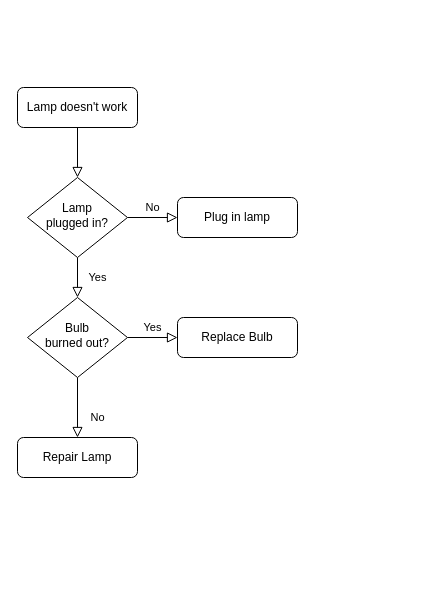
Before: Temperatures.drawio in Hotdog-111/CompSci, a draw.io diagram. Source tidied: cells renumbered, new cells numbered last; positions are measured from the earlier drawing's top-left corner, leaving out a move shared by most shapes. Both pictures are drawn from the tidied source at 100%, with x=0, y=0 at pixel (17, 87).
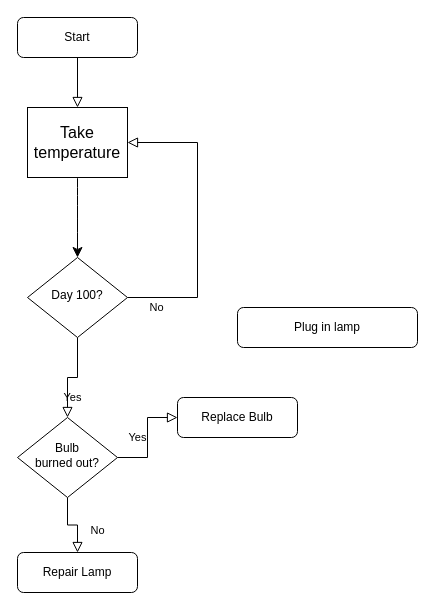
The same page after the edit.

Diff of the diagram source:
```diff
@@
 <mxGraphModel>
   <root>
     <mxCell id="0" />
     <mxCell id="1" parent="0" />
-    <mxCell id="2" style="rounded=0;html=1;jettySize=auto;fontSize=11;endArrow=block;endFill=0;endSize=8;strokeWidth=1;shadow=0;labelBackgroundColor=none;edgeStyle=orthogonalEdgeStyle;" parent="1" edge="1" source="3" target="6">
+    <mxCell id="2" style="rounded=0;html=1;jettySize=auto;fontSize=11;endArrow=block;endFill=0;endSize=8;strokeWidth=1;shadow=0;labelBackgroundColor=none;edgeStyle=orthogonalEdgeStyle;entryX=0.5;entryY=0;entryDx=0;entryDy=0;" parent="1" edge="1" source="3" target="13">
       <mxGeometry relative="1" as="geometry" />
     </mxCell>
-    <mxCell id="3" value="Lamp doesn't work" style="rounded=1;whiteSpace=wrap;html=1;fontSize=12;glass=0;strokeWidth=1;shadow=0;" parent="1" vertex="1">
-      <mxGeometry width="120" height="40" as="geometry" />
+    <mxCell id="3" value="Start" style="rounded=1;whiteSpace=wrap;html=1;fontSize=12;glass=0;strokeWidth=1;shadow=0;" parent="1" vertex="1">
+      <mxGeometry y="-70" width="120" height="40" as="geometry" />
     </mxCell>
     <mxCell id="4" value="Yes" style="rounded=0;html=1;jettySize=auto;fontSize=11;endArrow=block;endFill=0;endSize=8;strokeWidth=1;shadow=0;labelBackgroundColor=none;edgeStyle=orthogonalEdgeStyle;" parent="1" edge="1" source="6" target="10">
       <mxGeometry y="20" relative="1" as="geometry" />
     </mxCell>
-    <mxCell id="5" value="No" style="edgeStyle=orthogonalEdgeStyle;rounded=0;html=1;jettySize=auto;fontSize=11;endArrow=block;endFill=0;endSize=8;strokeWidth=1;shadow=0;labelBackgroundColor=none;" parent="1" edge="1" source="6" target="7">
-      <mxGeometry y="10" relative="1" as="geometry" />
+    <mxCell id="5" value="No" style="edgeStyle=orthogonalEdgeStyle;rounded=0;html=1;jettySize=auto;fontSize=11;endArrow=block;endFill=0;endSize=8;strokeWidth=1;shadow=0;labelBackgroundColor=none;entryX=1;entryY=0.5;entryDx=0;entryDy=0;" parent="1" edge="1" source="6" target="13">
+      <mxGeometry x="-0.8" y="-10" relative="1" as="geometry">
+        <Array as="points">
+          <mxPoint x="180" y="210" />
+          <mxPoint x="180" y="55" />
+        </Array>
+      </mxGeometry>
     </mxCell>
-    <mxCell id="6" value="Lamp&lt;br&gt;plugged in?" style="rhombus;whiteSpace=wrap;html=1;shadow=0;fontFamily=Helvetica;fontSize=12;align=center;strokeWidth=1;spacing=6;spacingTop=-4;" parent="1" vertex="1">
-      <mxGeometry x="10" y="90" width="100" height="80" as="geometry" />
+    <mxCell id="6" value="Day 100?" style="rhombus;whiteSpace=wrap;html=1;shadow=0;fontFamily=Helvetica;fontSize=12;align=center;strokeWidth=1;spacing=6;spacingTop=-4;" parent="1" vertex="1">
+      <mxGeometry x="10" y="170" width="100" height="80" as="geometry" />
     </mxCell>
     <mxCell id="7" value="Plug in lamp" style="rounded=1;whiteSpace=wrap;html=1;fontSize=12;glass=0;strokeWidth=1;shadow=0;" parent="1" vertex="1">
-      <mxGeometry x="160" y="110" width="120" height="40" as="geometry" />
+      <mxGeometry x="220" y="220" width="180" height="40" as="geometry" />
     </mxCell>
     <mxCell id="8" value="No" style="rounded=0;html=1;jettySize=auto;fontSize=11;endArrow=block;endFill=0;endSize=8;strokeWidth=1;shadow=0;labelBackgroundColor=none;edgeStyle=orthogonalEdgeStyle;" parent="1" edge="1" source="10" target="11">
       <mxGeometry x="0.33" y="20" relative="1" as="geometry" />
     </mxCell>
     <mxCell id="9" value="Yes" style="edgeStyle=orthogonalEdgeStyle;rounded=0;html=1;jettySize=auto;fontSize=11;endArrow=block;endFill=0;endSize=8;strokeWidth=1;shadow=0;labelBackgroundColor=none;" parent="1" edge="1" source="10" target="12">
       <mxGeometry y="10" relative="1" as="geometry" />
     </mxCell>
     <mxCell id="10" value="Bulb&lt;br&gt;burned out?" style="rhombus;whiteSpace=wrap;html=1;shadow=0;fontFamily=Helvetica;fontSize=12;align=center;strokeWidth=1;spacing=6;spacingTop=-4;" parent="1" vertex="1">
-      <mxGeometry x="10" y="210" width="100" height="80" as="geometry" />
+      <mxGeometry y="330" width="100" height="80" as="geometry" />
     </mxCell>
     <mxCell id="11" value="Repair Lamp" style="rounded=1;whiteSpace=wrap;html=1;fontSize=12;glass=0;strokeWidth=1;shadow=0;" parent="1" vertex="1">
-      <mxGeometry y="350" width="120" height="40" as="geometry" />
+      <mxGeometry y="465" width="120" height="40" as="geometry" />
     </mxCell>
     <mxCell id="12" value="Replace Bulb" style="rounded=1;whiteSpace=wrap;html=1;fontSize=12;glass=0;strokeWidth=1;shadow=0;" parent="1" vertex="1">
-      <mxGeometry x="160" y="230" width="120" height="40" as="geometry" />
+      <mxGeometry x="160" y="310" width="120" height="40" as="geometry" />
     </mxCell>
+    <mxCell id="13" value="Take temperature" style="rounded=0;whiteSpace=wrap;html=1;fontSize=16;" parent="1" vertex="1">
+      <mxGeometry x="10" y="20" width="100" height="70" as="geometry" />
+    </mxCell>
+    <mxCell id="14" style="endArrow=classic;html=1;rounded=0;fontSize=12;startSize=8;endSize=8;curved=1;exitX=0.5;exitY=1;exitDx=0;exitDy=0;entryX=0.5;entryY=0;entryDx=0;entryDy=0;" parent="1" edge="1" source="13" target="6">
+      <mxGeometry relative="1" as="geometry" />
+    </mxCell>
   </root>
 </mxGraphModel>
```
